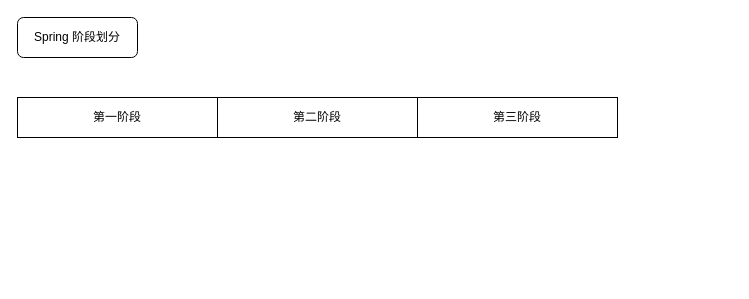
Above: Springboot/SpringBoot自动装配.drawio in niuxiaocong/knowledage-notes (draw.io), before the change. Source tidied: cells renumbered, new cells numbered last; positions are measured from the earlier drawing's top-left corner, leaving out a move shared by most shapes. Both pictures are drawn from the tidied source at 100%, with x=0, y=0 at pixel (17, 17).
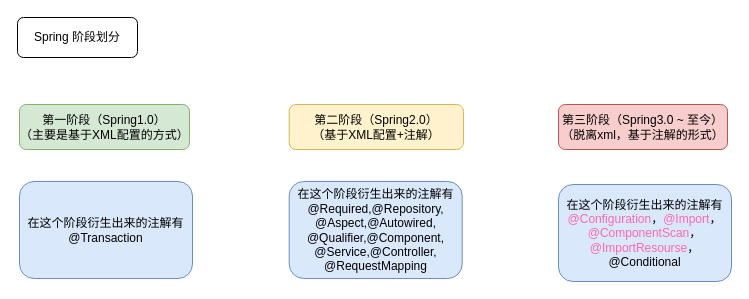
The same page after the edit.

Commit message:
更新SpringBoot自动装配.drawio

Change to the diagram source:
```diff
@@
 <mxGraphModel>
   <root>
     <mxCell id="0" />
     <mxCell id="1" parent="0" />
     <mxCell id="2" value="Spring 阶段划分" style="rounded=1;whiteSpace=wrap;html=1;" parent="1" vertex="1">
       <mxGeometry width="120" height="40" as="geometry" />
     </mxCell>
-    <mxCell id="3" value="第一阶段" style="rounded=0;whiteSpace=wrap;html=1;" parent="1" vertex="1">
-      <mxGeometry y="80" width="200" height="40" as="geometry" />
-    </mxCell>
-    <mxCell id="4" value="第二阶段" style="rounded=0;whiteSpace=wrap;html=1;" parent="1" vertex="1">
-      <mxGeometry x="200" y="80" width="200" height="40" as="geometry" />
-    </mxCell>
-    <mxCell id="5" value="第三阶段" style="rounded=0;whiteSpace=wrap;html=1;" parent="1" vertex="1">
-      <mxGeometry x="400" y="80" width="200" height="40" as="geometry" />
-    </mxCell>
+    <mxCell id="6" value="第一阶段（Spring1.0）&lt;br&gt;（主要是基于XML配置的方式）" style="rounded=1;whiteSpace=wrap;html=1;fillColor=#d5e8d4;strokeColor=#82b366;textShadow=0;labelBackgroundColor=none;glass=0;" parent="1" vertex="1">
+      <mxGeometry x="2" y="87" width="170" height="45" as="geometry" />
+    </mxCell>
+    <mxCell id="7" value="第二阶段（Spring2.0）&lt;br&gt;（基于XML配置+注解）" style="rounded=1;whiteSpace=wrap;html=1;fillColor=#fff2cc;strokeColor=#d6b656;textShadow=0;labelBackgroundColor=none;glass=0;" parent="1" vertex="1">
+      <mxGeometry x="271.7" y="87" width="174.3" height="45" as="geometry" />
+    </mxCell>
+    <mxCell id="8" value="第三阶段（Spring3.0 ~ 至今）&lt;br&gt;（脱离xml，基于注解的形式）" style="rounded=1;whiteSpace=wrap;html=1;fillColor=#f8cecc;strokeColor=#b85450;textShadow=0;labelBackgroundColor=none;glass=0;" parent="1" vertex="1">
+      <mxGeometry x="541" y="87" width="169" height="45" as="geometry" />
+    </mxCell>
+    <mxCell id="9" value="在这个阶段衍生出来的注解有@Transaction" style="rounded=1;whiteSpace=wrap;html=1;fillColor=#dae8fc;strokeColor=#6c8ebf;textShadow=0;labelBackgroundColor=none;glass=0;" parent="1" vertex="1">
+      <mxGeometry x="2" y="164" width="173" height="97" as="geometry" />
+    </mxCell>
+    <mxCell id="10" value="在这个阶段衍生出来的注解有&lt;br&gt;@Required,@Repository,&lt;div&gt;@Aspect,@Autowired,&lt;/div&gt;&lt;div&gt;@Qualifier,@Component,&lt;/div&gt;&lt;div&gt;@Service,@Controller,&lt;/div&gt;&lt;div&gt;@RequestMapping&lt;/div&gt;" style="rounded=1;whiteSpace=wrap;html=1;fillColor=#dae8fc;strokeColor=#6c8ebf;textShadow=0;labelBackgroundColor=none;glass=0;" parent="1" vertex="1">
+      <mxGeometry x="271.7" y="164" width="173" height="97" as="geometry" />
+    </mxCell>
+    <mxCell id="11" value="在这个阶段衍生出来的注解有&lt;br&gt;&lt;font style=&quot;color: rgb(255, 102, 179);&quot;&gt;@Configuration&lt;/font&gt;，&lt;font style=&quot;color: rgb(255, 102, 179);&quot;&gt;@Import&lt;/font&gt;，&lt;font style=&quot;color: rgb(255, 102, 179);&quot;&gt;@ComponentScan&lt;/font&gt;，&lt;font style=&quot;color: rgb(255, 102, 179);&quot;&gt;@ImportResourse&lt;/font&gt;，@Conditional" style="rounded=1;whiteSpace=wrap;html=1;fillColor=#dae8fc;strokeColor=#6c8ebf;textShadow=0;labelBackgroundColor=none;glass=0;" parent="1" vertex="1">
+      <mxGeometry x="541" y="167" width="173" height="97" as="geometry" />
+    </mxCell>
   </root>
 </mxGraphModel>
```
